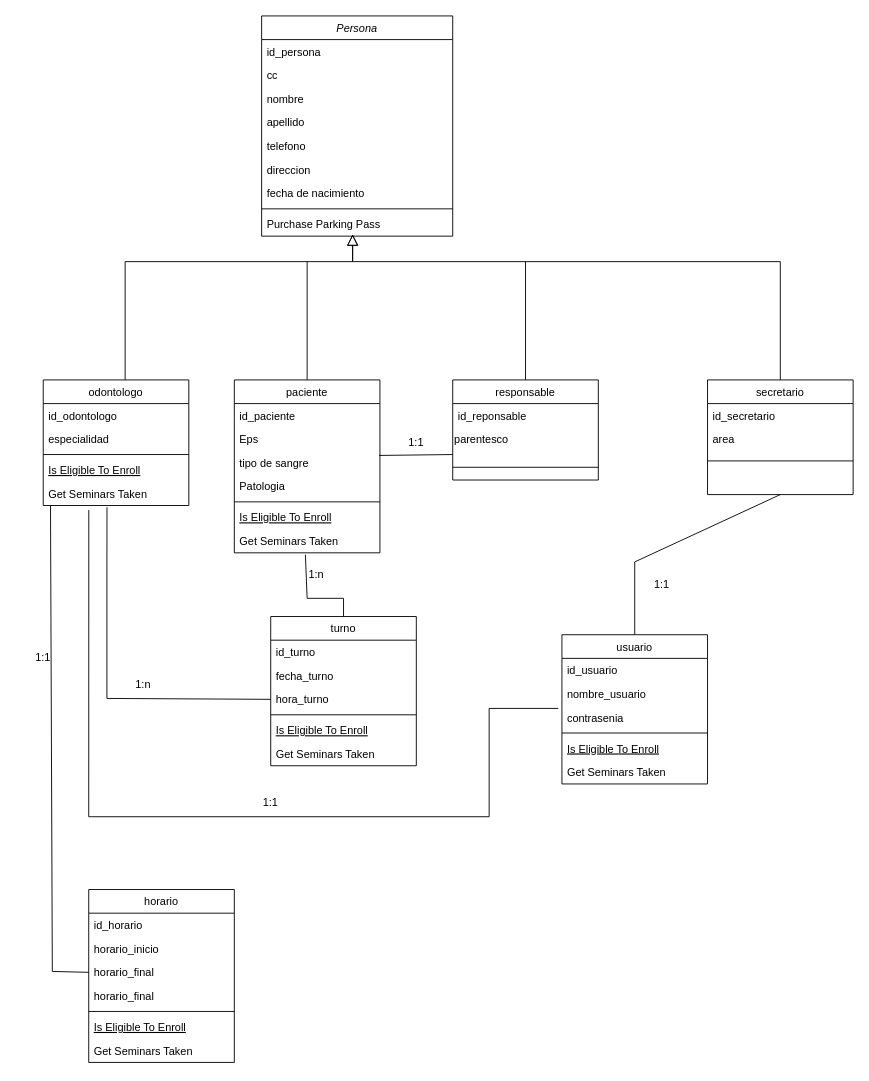
JuanC0097/Odontologia keeps this draw.io diagram as Sistema_odontologia.drawio. Above is the earlier version. Source tidied: cells renumbered, new cells numbered last; positions are measured from the earlier drawing's top-left corner, leaving out a move shared by most shapes. Both pictures are drawn from the tidied source at 91%, with x=0, y=0 at pixel (15, 15).
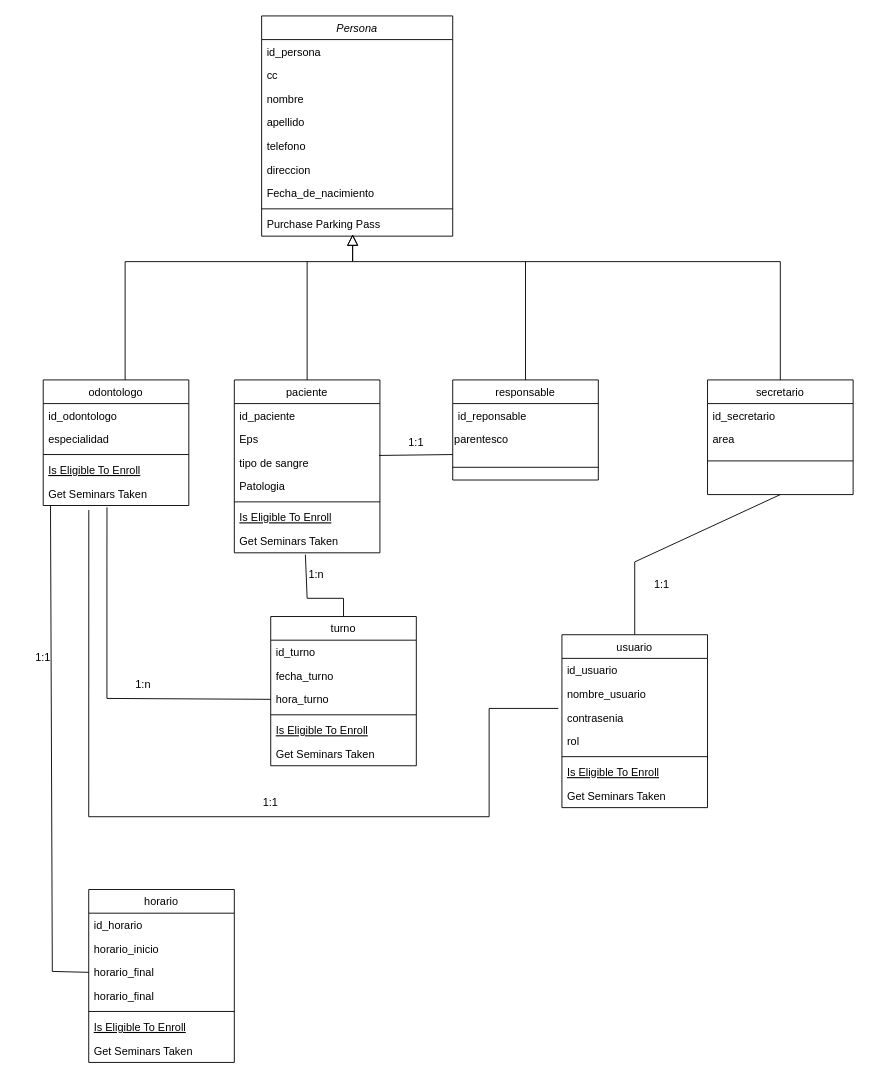
The same diagram, later.

Unchanged cells that the change refers to:
```xml
<mxCell id="2" value="Persona" style="swimlane;fontStyle=2;align=center;verticalAlign=top;horizontal=1;startSize=26;rounded=0;shadow=0;strokeWidth=1;" parent="1" vertex="1">
  <mxGeometry x="270" width="210" height="242" as="geometry" />
</mxCell>
```

What changed in the source:
```diff
@@
-    <mxCell id="9" value="fecha de nacimiento" style="text;align=left;verticalAlign=top;spacingLeft=4;spacingRight=4;overflow=hidden;rounded=0;shadow=0;html=0;" parent="2" vertex="1">
+    <mxCell id="9" value="Fecha_de_nacimiento" style="text;align=left;verticalAlign=top;spacingLeft=4;spacingRight=4;overflow=hidden;rounded=0;shadow=0;html=0;" parent="2" vertex="1">
       <mxGeometry y="182" width="210" height="26" as="geometry" />
     </mxCell>
@@
     <mxCell id="45" value="usuario" style="swimlane;fontStyle=0;align=center;verticalAlign=top;horizontal=1;startSize=26;rounded=0;shadow=0;strokeWidth=1;" parent="1" vertex="1">
-      <mxGeometry x="600" y="680" width="160" height="164" as="geometry" />
+      <mxGeometry x="600" y="680" width="160" height="190" as="geometry" />
     </mxCell>
@@
+    <mxCell id="72" value="rol&#10;" style="text;align=left;verticalAlign=top;spacingLeft=4;spacingRight=4;overflow=hidden;rounded=0;shadow=0;html=0;" parent="45" vertex="1">
+      <mxGeometry y="104" width="160" height="26" as="geometry" />
+    </mxCell>
     <mxCell id="49" style="line;html=1;strokeWidth=1;align=left;verticalAlign=middle;spacingTop=-1;spacingLeft=3;spacingRight=3;labelPosition=right;" parent="45" vertex="1">
-      <mxGeometry y="104" width="160" height="8" as="geometry" />
+      <mxGeometry y="130" width="160" height="8" as="geometry" />
     </mxCell>
     <mxCell id="50" value="Is Eligible To Enroll" style="text;align=left;verticalAlign=top;spacingLeft=4;spacingRight=4;overflow=hidden;fontStyle=4;" parent="45" vertex="1">
-      <mxGeometry y="112" width="160" height="26" as="geometry" />
+      <mxGeometry y="138" width="160" height="26" as="geometry" />
     </mxCell>
     <mxCell id="51" value="Get Seminars Taken" style="text;align=left;verticalAlign=top;spacingLeft=4;spacingRight=4;overflow=hidden;" parent="45" vertex="1">
-      <mxGeometry y="138" width="160" height="26" as="geometry" />
+      <mxGeometry y="164" width="160" height="26" as="geometry" />
     </mxCell>
```
